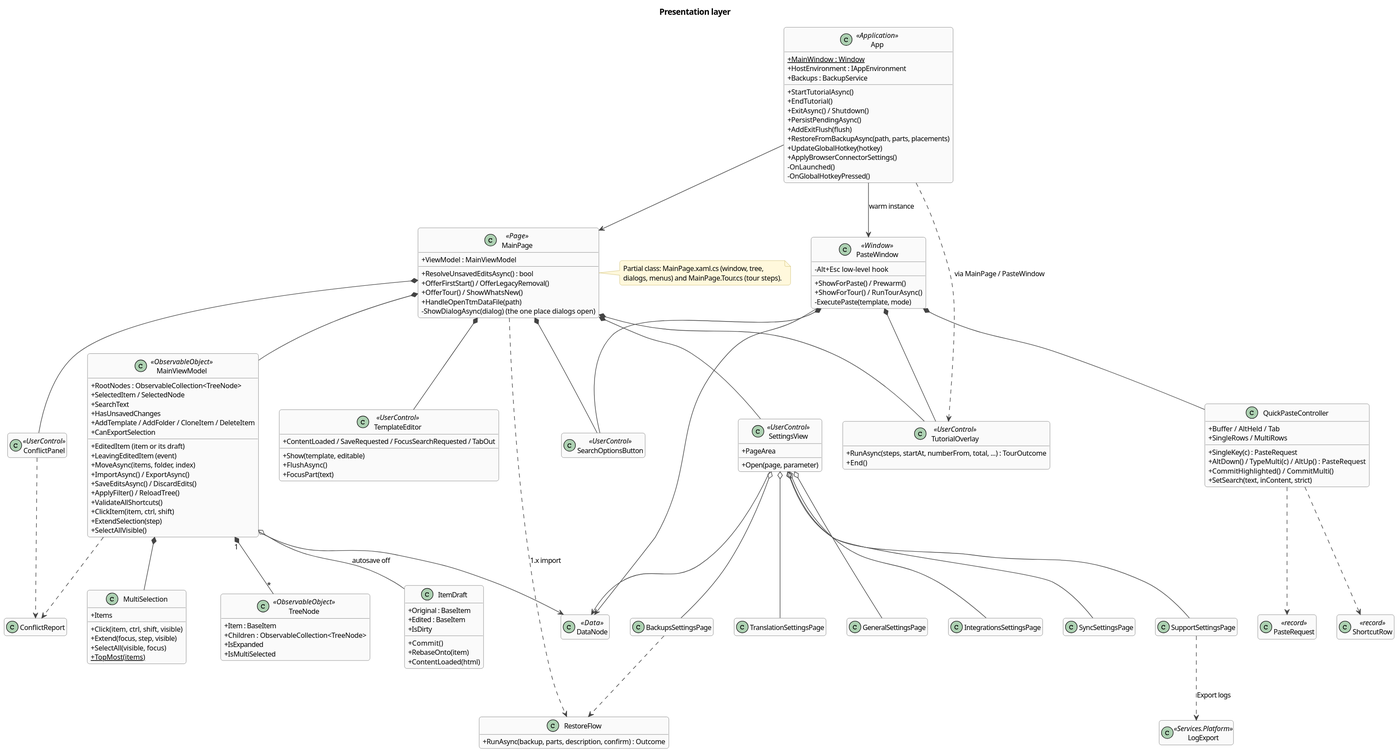
Before: docs/architecture/diagrams/class-ui.svg, a diagram exported from PlantUML (halatsWol/TextTemplateManager-v2).
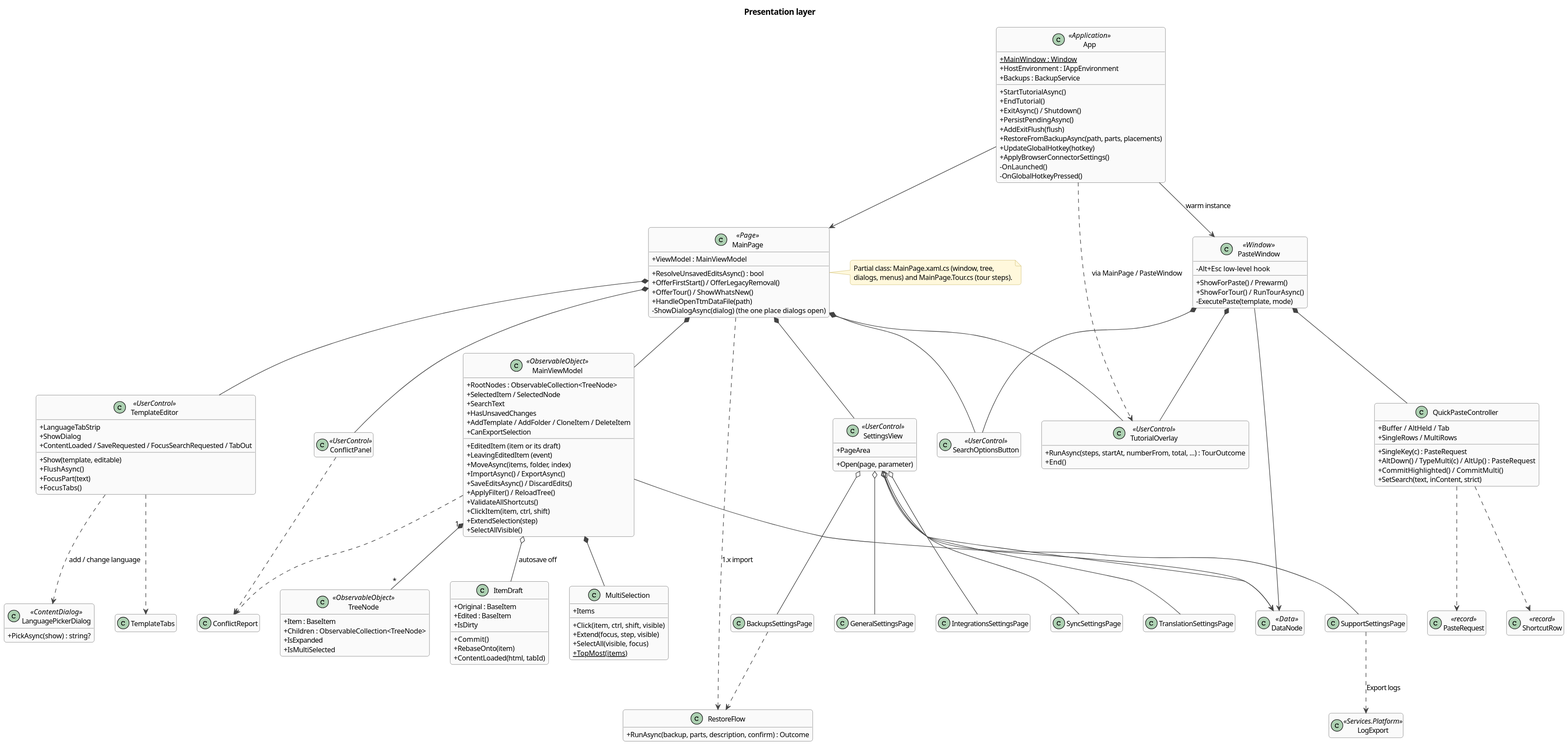
Above is the later version.

Diff of the diagram source:
```diff
@@ -61,7 +61,7 @@
   +IsDirty
   +Commit()
   +RebaseOnto(item)
-  +ContentLoaded(html)
+  +ContentLoaded(html, tabId)
 }
 class MultiSelection {
   +Items
@@ -76,7 +76,13 @@
   +Show(template, editable)
   +FlushAsync()
   +FocusPart(text)
+  +FocusTabs()
+  +LanguageTabStrip
+  +ShowDialog
   +ContentLoaded / SaveRequested / FocusSearchRequested / TabOut
+}
+class LanguagePickerDialog <<ContentDialog>> {
+  +PickAsync(show) : string?
 }
 class SettingsView <<UserControl>> {
   +Open(page, parameter)
@@ -119,6 +125,8 @@
 App ..> TutorialOverlay : via MainPage / PasteWindow
 MainPage *-- MainViewModel
 MainPage *-- TemplateEditor
+TemplateEditor ..> LanguagePickerDialog : add / change language
+TemplateEditor ..> TemplateTabs
 MainPage *-- SettingsView
 MainPage *-- ConflictPanel
 MainPage *-- SearchOptionsButton
```
